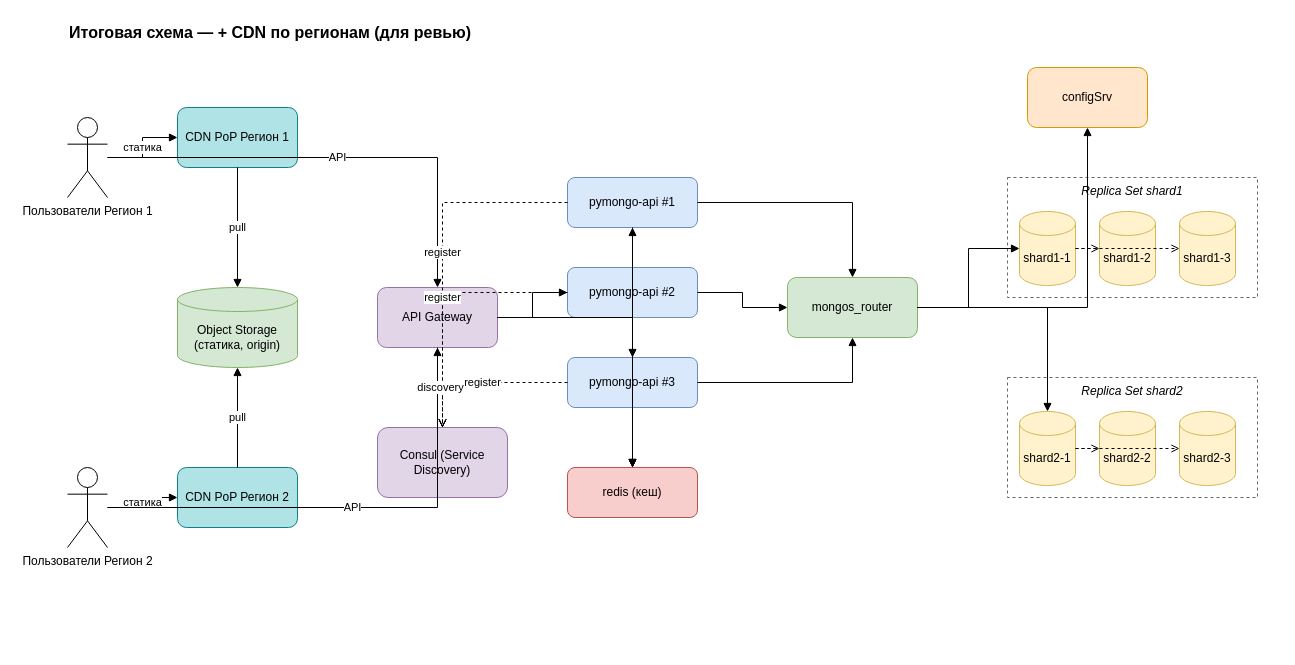
The draw.io diagram page "5. Итоговая (+ CDN)" (5 of 5) of architecture.drawio in AnastasiaKon/architecture-black_friday, before the edit. Source tidied: cells renumbered, new cells numbered last; positions are measured from the earlier drawing's top-left corner, leaving out a move shared by most shapes. Both pictures are drawn from the tidied source at 100%, with x=0, y=0 at pixel (67, 17).
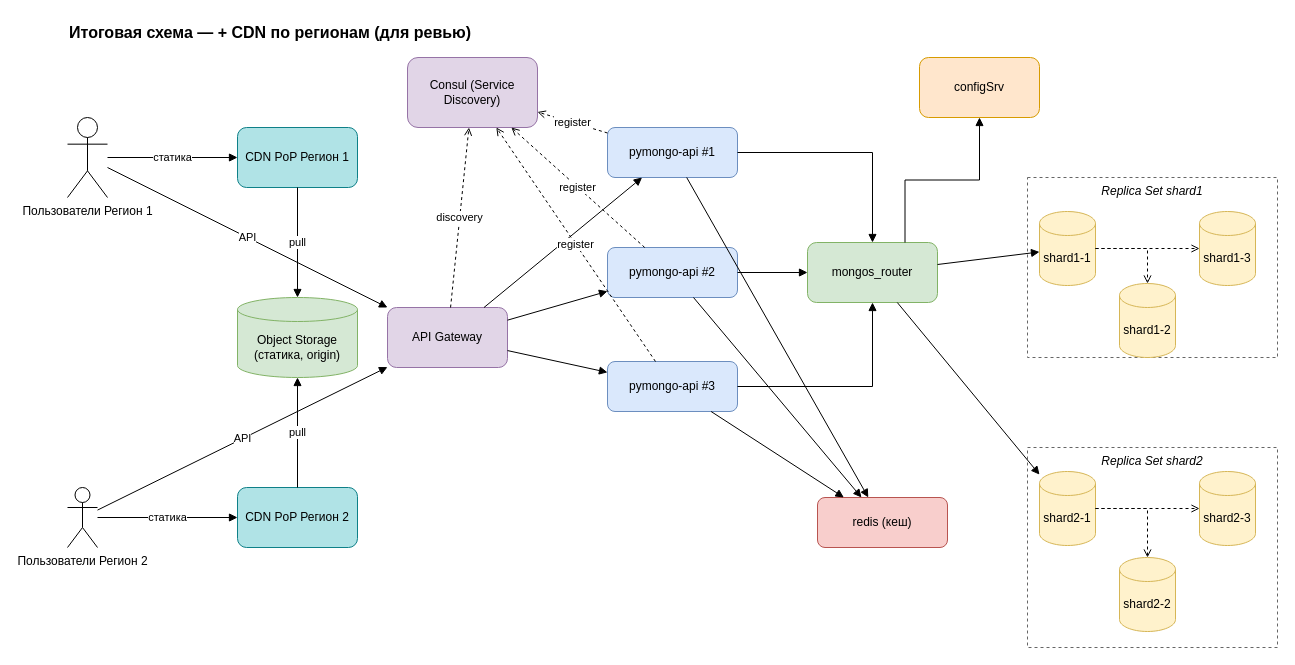
Above is the later version.

Unchanged cells that the change refers to:
```xml
<mxCell id="3" value="Пользователи Регион 1" style="shape=umlActor;verticalLabelPosition=bottom;verticalAlign=top;html=1;outlineConnect=0;fillColor=#ffffff;strokeColor=#000000;" parent="1" vertex="1">
  <mxGeometry y="100" width="40" height="80" as="geometry" />
</mxCell>
```

The edit, as a diff of the source:
```diff
@@
     <mxCell id="4" value="Пользователи Регион 2" style="shape=umlActor;verticalLabelPosition=bottom;verticalAlign=top;html=1;outlineConnect=0;fillColor=#ffffff;strokeColor=#000000;" parent="1" vertex="1">
-      <mxGeometry y="450" width="40" height="80" as="geometry" />
+      <mxGeometry y="470" width="30" height="60" as="geometry" />
     </mxCell>
     <mxCell id="5" value="CDN PoP Регион 1" style="rounded=1;whiteSpace=wrap;html=1;fillColor=#b0e3e6;strokeColor=#0e8088;" parent="1" vertex="1">
-      <mxGeometry x="110" y="90" width="120" height="60" as="geometry" />
+      <mxGeometry x="170" y="110" width="120" height="60" as="geometry" />
     </mxCell>
     <mxCell id="6" value="CDN PoP Регион 2" style="rounded=1;whiteSpace=wrap;html=1;fillColor=#b0e3e6;strokeColor=#0e8088;" parent="1" vertex="1">
-      <mxGeometry x="110" y="450" width="120" height="60" as="geometry" />
+      <mxGeometry x="170" y="470" width="120" height="60" as="geometry" />
     </mxCell>
     <mxCell id="7" value="Object Storage (статика, origin)" style="shape=cylinder3;whiteSpace=wrap;html=1;boundedLbl=1;backgroundOutline=1;size=12;fillColor=#d5e8d4;strokeColor=#82b366;" parent="1" vertex="1">
-      <mxGeometry x="110" y="270" width="120" height="80" as="geometry" />
+      <mxGeometry x="170" y="280" width="120" height="80" as="geometry" />
     </mxCell>
     <mxCell id="8" value="API Gateway" style="rounded=1;whiteSpace=wrap;html=1;fillColor=#e1d5e7;strokeColor=#9673a6;" parent="1" vertex="1">
-      <mxGeometry x="310" y="270" width="120" height="60" as="geometry" />
+      <mxGeometry x="320" y="290" width="120" height="60" as="geometry" />
     </mxCell>
     <mxCell id="9" value="Consul (Service Discovery)" style="rounded=1;whiteSpace=wrap;html=1;fillColor=#e1d5e7;strokeColor=#9673a6;" parent="1" vertex="1">
-      <mxGeometry x="310" y="410" width="130" height="70" as="geometry" />
+      <mxGeometry x="340" y="40" width="130" height="70" as="geometry" />
     </mxCell>
     <mxCell id="10" value="pymongo-api #1" style="rounded=1;whiteSpace=wrap;html=1;fillColor=#dae8fc;strokeColor=#6c8ebf;" parent="1" vertex="1">
-      <mxGeometry x="500" y="160" width="130" height="50" as="geometry" />
+      <mxGeometry x="540" y="110" width="130" height="50" as="geometry" />
     </mxCell>
     <mxCell id="11" value="pymongo-api #2" style="rounded=1;whiteSpace=wrap;html=1;fillColor=#dae8fc;strokeColor=#6c8ebf;" parent="1" vertex="1">
-      <mxGeometry x="500" y="250" width="130" height="50" as="geometry" />
+      <mxGeometry x="540" y="230" width="130" height="50" as="geometry" />
     </mxCell>
     <mxCell id="12" value="pymongo-api #3" style="rounded=1;whiteSpace=wrap;html=1;fillColor=#dae8fc;strokeColor=#6c8ebf;" parent="1" vertex="1">
-      <mxGeometry x="500" y="340" width="130" height="50" as="geometry" />
+      <mxGeometry x="540" y="344" width="130" height="50" as="geometry" />
     </mxCell>
     <mxCell id="13" value="redis (кеш)" style="rounded=1;whiteSpace=wrap;html=1;fillColor=#f8cecc;strokeColor=#b85450;" parent="1" vertex="1">
-      <mxGeometry x="500" y="450" width="130" height="50" as="geometry" />
+      <mxGeometry x="750" y="480" width="130" height="50" as="geometry" />
     </mxCell>
     <mxCell id="14" value="mongos_router" style="rounded=1;whiteSpace=wrap;html=1;fillColor=#d5e8d4;strokeColor=#82b366;" parent="1" vertex="1">
-      <mxGeometry x="720" y="260" width="130" height="60" as="geometry" />
+      <mxGeometry x="740" y="225" width="130" height="60" as="geometry" />
     </mxCell>
     <mxCell id="15" value="configSrv" style="rounded=1;whiteSpace=wrap;html=1;fillColor=#ffe6cc;strokeColor=#d79b00;" parent="1" vertex="1">
-      <mxGeometry x="960" y="50" width="120" height="60" as="geometry" />
+      <mxGeometry x="852" y="40" width="120" height="60" as="geometry" />
     </mxCell>
     <mxCell id="16" value="Replica Set shard1" style="rounded=0;whiteSpace=wrap;html=1;dashed=1;fillColor=none;strokeColor=#666666;verticalAlign=top;fontStyle=2;" parent="1" vertex="1">
-      <mxGeometry x="940" y="160" width="250" height="120" as="geometry" />
+      <mxGeometry x="960" y="160" width="250" height="180" as="geometry" />
     </mxCell>
     <mxCell id="17" value="shard1-1" style="shape=cylinder3;whiteSpace=wrap;html=1;boundedLbl=1;backgroundOutline=1;size=12;fillColor=#fff2cc;strokeColor=#d6b656;" parent="1" vertex="1">
-      <mxGeometry x="952" y="194" width="56" height="74" as="geometry" />
+      <mxGeometry x="972" y="194" width="56" height="74" as="geometry" />
     </mxCell>
     <mxCell id="18" value="shard1-2" style="shape=cylinder3;whiteSpace=wrap;html=1;boundedLbl=1;backgroundOutline=1;size=12;fillColor=#fff2cc;strokeColor=#d6b656;" parent="1" vertex="1">
-      <mxGeometry x="1032" y="194" width="56" height="74" as="geometry" />
+      <mxGeometry x="1052" y="266" width="56" height="74" as="geometry" />
     </mxCell>
     <mxCell id="19" value="shard1-3" style="shape=cylinder3;whiteSpace=wrap;html=1;boundedLbl=1;backgroundOutline=1;size=12;fillColor=#fff2cc;strokeColor=#d6b656;" parent="1" vertex="1">
-      <mxGeometry x="1112" y="194" width="56" height="74" as="geometry" />
+      <mxGeometry x="1132" y="194" width="56" height="74" as="geometry" />
     </mxCell>
-    <mxCell id="20" style="edgeStyle=orthogonalEdgeStyle;rounded=0;html=1;endArrow=open;dashed=1;" parent="1" edge="1" source="17" target="18">
+    <mxCell id="20" style="edgeStyle=orthogonalEdgeStyle;rounded=0;html=1;endArrow=open;dashed=1;entryX=0.5;entryY=0;entryDx=0;entryDy=0;entryPerimeter=0;" parent="1" edge="1" source="17" target="18">
       <mxGeometry relative="1" as="geometry" />
     </mxCell>
@@
     <mxCell id="22" value="Replica Set shard2" style="rounded=0;whiteSpace=wrap;html=1;dashed=1;fillColor=none;strokeColor=#666666;verticalAlign=top;fontStyle=2;" parent="1" vertex="1">
-      <mxGeometry x="940" y="360" width="250" height="120" as="geometry" />
+      <mxGeometry x="960" y="430" width="250" height="200" as="geometry" />
     </mxCell>
     <mxCell id="23" value="shard2-1" style="shape=cylinder3;whiteSpace=wrap;html=1;boundedLbl=1;backgroundOutline=1;size=12;fillColor=#fff2cc;strokeColor=#d6b656;" parent="1" vertex="1">
-      <mxGeometry x="952" y="394" width="56" height="74" as="geometry" />
+      <mxGeometry x="972" y="454" width="56" height="74" as="geometry" />
     </mxCell>
     <mxCell id="24" value="shard2-2" style="shape=cylinder3;whiteSpace=wrap;html=1;boundedLbl=1;backgroundOutline=1;size=12;fillColor=#fff2cc;strokeColor=#d6b656;" parent="1" vertex="1">
-      <mxGeometry x="1032" y="394" width="56" height="74" as="geometry" />
+      <mxGeometry x="1052" y="540" width="56" height="74" as="geometry" />
     </mxCell>
     <mxCell id="25" value="shard2-3" style="shape=cylinder3;whiteSpace=wrap;html=1;boundedLbl=1;backgroundOutline=1;size=12;fillColor=#fff2cc;strokeColor=#d6b656;" parent="1" vertex="1">
-      <mxGeometry x="1112" y="394" width="56" height="74" as="geometry" />
+      <mxGeometry x="1132" y="454" width="56" height="74" as="geometry" />
     </mxCell>
@@
-    <mxCell id="32" value="API" style="edgeStyle=orthogonalEdgeStyle;rounded=0;html=1;endArrow=block;" parent="1" edge="1" source="3" target="8">
+    <mxCell id="32" value="API" style="rounded=0;html=1;endArrow=block;" parent="1" edge="1" source="3" target="8">
       <mxGeometry relative="1" as="geometry" />
     </mxCell>
-    <mxCell id="33" value="API" style="edgeStyle=orthogonalEdgeStyle;rounded=0;html=1;endArrow=block;" parent="1" edge="1" source="4" target="8">
+    <mxCell id="33" value="API" style="rounded=0;html=1;endArrow=block;" parent="1" edge="1" source="4" target="8">
       <mxGeometry relative="1" as="geometry" />
     </mxCell>
-    <mxCell id="34" style="edgeStyle=orthogonalEdgeStyle;rounded=0;html=1;endArrow=block;" parent="1" edge="1" source="8" target="10">
+    <mxCell id="34" style="rounded=0;html=1;endArrow=block;" parent="1" edge="1" source="8" target="10">
       <mxGeometry relative="1" as="geometry" />
     </mxCell>
-    <mxCell id="35" value="register" style="edgeStyle=orthogonalEdgeStyle;rounded=0;html=1;endArrow=open;dashed=1;" parent="1" edge="1" source="10" target="9">
+    <mxCell id="35" value="register" style="rounded=0;html=1;endArrow=open;dashed=1;" parent="1" edge="1" source="10" target="9">
       <mxGeometry relative="1" as="geometry" />
     </mxCell>
@@
-    <mxCell id="37" style="edgeStyle=orthogonalEdgeStyle;rounded=0;html=1;endArrow=block;" parent="1" edge="1" source="10" target="13">
+    <mxCell id="37" style="rounded=0;html=1;endArrow=block;" parent="1" edge="1" source="10" target="13">
       <mxGeometry relative="1" as="geometry" />
     </mxCell>
-    <mxCell id="38" style="edgeStyle=orthogonalEdgeStyle;rounded=0;html=1;endArrow=block;" parent="1" edge="1" source="8" target="11">
+    <mxCell id="38" style="rounded=0;html=1;endArrow=block;" parent="1" edge="1" source="8" target="11">
       <mxGeometry relative="1" as="geometry" />
     </mxCell>
-    <mxCell id="39" value="register" style="edgeStyle=orthogonalEdgeStyle;rounded=0;html=1;endArrow=open;dashed=1;" parent="1" edge="1" source="11" target="9">
+    <mxCell id="39" value="register" style="rounded=0;html=1;endArrow=open;dashed=1;" parent="1" edge="1" source="11" target="9">
       <mxGeometry relative="1" as="geometry" />
     </mxCell>
@@
-    <mxCell id="41" style="edgeStyle=orthogonalEdgeStyle;rounded=0;html=1;endArrow=block;" parent="1" edge="1" source="11" target="13">
+    <mxCell id="41" style="rounded=0;html=1;endArrow=block;" parent="1" edge="1" source="11" target="13">
       <mxGeometry relative="1" as="geometry" />
     </mxCell>
-    <mxCell id="42" style="edgeStyle=orthogonalEdgeStyle;rounded=0;html=1;endArrow=block;" parent="1" edge="1" source="8" target="12">
+    <mxCell id="42" style="rounded=0;html=1;endArrow=block;" parent="1" edge="1" source="8" target="12">
       <mxGeometry relative="1" as="geometry" />
     </mxCell>
-    <mxCell id="43" value="register" style="edgeStyle=orthogonalEdgeStyle;rounded=0;html=1;endArrow=open;dashed=1;" parent="1" edge="1" source="12" target="9">
+    <mxCell id="43" value="register" style="rounded=0;html=1;endArrow=open;dashed=1;" parent="1" edge="1" source="12" target="9">
       <mxGeometry relative="1" as="geometry" />
     </mxCell>
@@
-    <mxCell id="45" style="edgeStyle=orthogonalEdgeStyle;rounded=0;html=1;endArrow=block;" parent="1" edge="1" source="12" target="13">
+    <mxCell id="45" style="rounded=0;html=1;endArrow=block;" parent="1" edge="1" source="12" target="13">
       <mxGeometry relative="1" as="geometry" />
     </mxCell>
-    <mxCell id="46" value="discovery" style="edgeStyle=orthogonalEdgeStyle;rounded=0;html=1;endArrow=open;dashed=1;" parent="1" edge="1" source="8" target="9">
+    <mxCell id="46" value="discovery" style="rounded=0;html=1;endArrow=open;dashed=1;" parent="1" edge="1" source="8" target="9">
       <mxGeometry relative="1" as="geometry" />
     </mxCell>
-    <mxCell id="47" style="edgeStyle=orthogonalEdgeStyle;rounded=0;html=1;endArrow=block;" parent="1" edge="1" source="14" target="15">
+    <mxCell id="47" style="edgeStyle=orthogonalEdgeStyle;rounded=0;html=1;endArrow=block;exitX=0.75;exitY=0;exitDx=0;exitDy=0;" parent="1" edge="1" source="14" target="15">
       <mxGeometry relative="1" as="geometry" />
     </mxCell>
-    <mxCell id="48" style="edgeStyle=orthogonalEdgeStyle;rounded=0;html=1;endArrow=block;" parent="1" edge="1" source="14" target="17">
+    <mxCell id="48" style="rounded=0;html=1;endArrow=block;" parent="1" edge="1" source="14" target="17">
       <mxGeometry relative="1" as="geometry" />
     </mxCell>
-    <mxCell id="49" style="edgeStyle=orthogonalEdgeStyle;rounded=0;html=1;endArrow=block;" parent="1" edge="1" source="14" target="23">
+    <mxCell id="49" style="rounded=0;html=1;endArrow=block;" parent="1" edge="1" source="14" target="23">
       <mxGeometry relative="1" as="geometry" />
     </mxCell>
```
